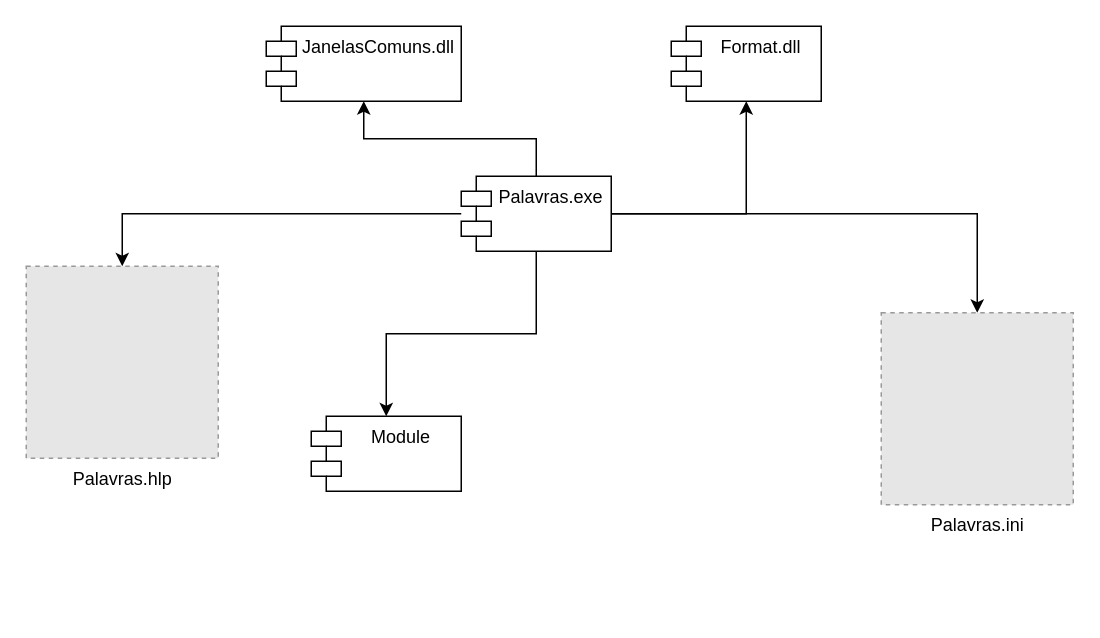
Above: Análise e Projetos Orientados a Objetos/Diagrama sem nome.drawio in Krittz/IFTM-ADS (draw.io), before the change. Source tidied: cells renumbered, new cells numbered last; positions are measured from the earlier drawing's top-left corner, leaving out a move shared by most shapes. Both pictures are drawn from the tidied source at 150%, with x=0, y=0 at pixel (26, 26). Pictures stored in the file or linked from it are replaced by grey dashed boxes.
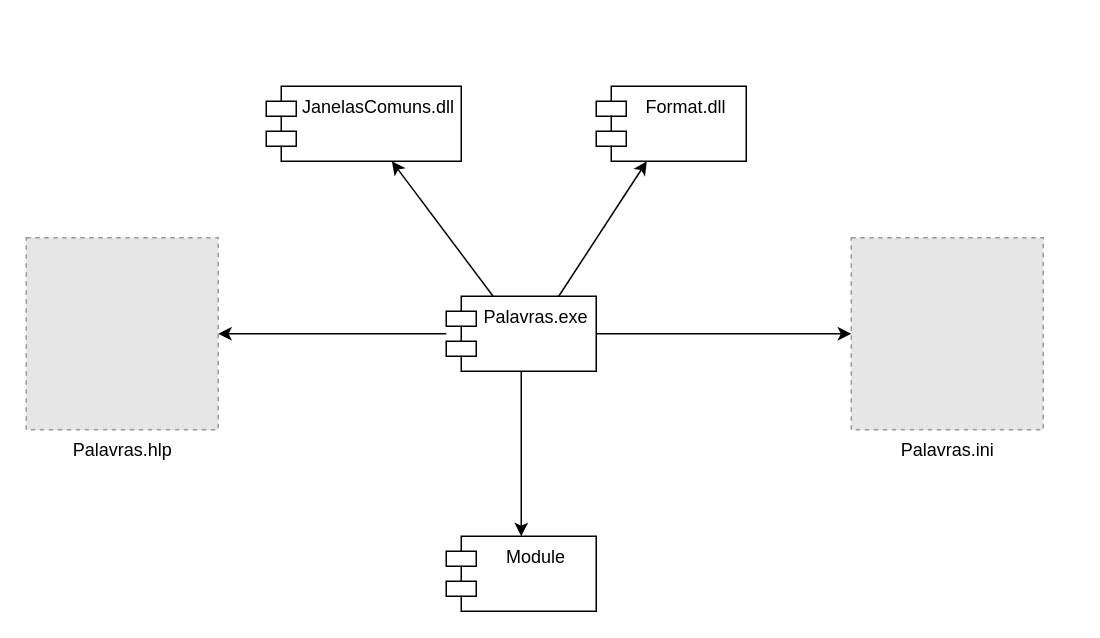
The same page after the edit.

The edit, as a diff of the source:
```diff
@@
 <mxGraphModel>
   <root>
     <mxCell id="0" />
     <mxCell id="1" parent="0" />
-    <mxCell id="2" style="edgeStyle=orthogonalEdgeStyle;rounded=0;jettySize=auto;html=1;" parent="1" edge="1" source="7" target="8">
-      <mxGeometry relative="1" as="geometry" />
-    </mxCell>
-    <mxCell id="3" style="edgeStyle=orthogonalEdgeStyle;rounded=0;jettySize=auto;html=1;" parent="1" edge="1" source="7" target="11">
-      <mxGeometry relative="1" as="geometry" />
-    </mxCell>
     <mxCell id="4" style="edgeStyle=orthogonalEdgeStyle;rounded=0;jettySize=auto;html=1;" parent="1" edge="1" source="7" target="12">
       <mxGeometry relative="1" as="geometry" />
     </mxCell>
     <mxCell id="5" style="edgeStyle=orthogonalEdgeStyle;rounded=0;jettySize=auto;html=1;" parent="1" edge="1" source="7" target="10">
       <mxGeometry relative="1" as="geometry" />
     </mxCell>
-    <mxCell id="6" style="edgeStyle=orthogonalEdgeStyle;rounded=0;jettySize=auto;html=1;" parent="1" edge="1" source="7" target="9">
-      <mxGeometry relative="1" as="geometry" />
-    </mxCell>
     <mxCell id="7" value="Palavras.exe&lt;br&gt;" style="shape=module;align=left;spacingLeft=20;align=center;verticalAlign=top;whiteSpace=wrap;html=1;" parent="1" vertex="1">
-      <mxGeometry x="290" y="100" width="100" height="50" as="geometry" />
+      <mxGeometry x="280" y="180" width="100" height="50" as="geometry" />
     </mxCell>
     <mxCell id="8" value="Format.dll&lt;br&gt;" style="shape=module;align=left;spacingLeft=20;align=center;verticalAlign=top;whiteSpace=wrap;html=1;" parent="1" vertex="1">
-      <mxGeometry x="430" width="100" height="50" as="geometry" />
+      <mxGeometry x="380" y="40" width="100" height="50" as="geometry" />
     </mxCell>
     <mxCell id="9" value="JanelasComuns.dll&lt;br&gt;" style="shape=module;align=left;spacingLeft=20;align=center;verticalAlign=top;whiteSpace=wrap;html=1;" parent="1" vertex="1">
-      <mxGeometry x="160" width="130" height="50" as="geometry" />
+      <mxGeometry x="160" y="40" width="130" height="50" as="geometry" />
     </mxCell>
     <mxCell id="10" value="Palavras.hlp&lt;br&gt;" style="fillColor=#E6E6E6;strokeColor=#999999;dashed=1;html=1;verticalAlign=top;verticalLabelPosition=bottom;labelBackgroundColor=#ffffff;" parent="1" vertex="1">
-      <mxGeometry y="160" width="128" height="128" as="geometry" />
+      <mxGeometry y="141" width="128" height="128" as="geometry" />
     </mxCell>
     <mxCell id="11" value="Palavras.ini&lt;br&gt;" style="fillColor=#E6E6E6;strokeColor=#999999;dashed=1;html=1;verticalAlign=top;verticalLabelPosition=bottom;labelBackgroundColor=#ffffff;" parent="1" vertex="1">
-      <mxGeometry x="570" y="191" width="128" height="128" as="geometry" />
+      <mxGeometry x="550" y="141" width="128" height="128" as="geometry" />
     </mxCell>
     <mxCell id="12" value="Module" style="shape=module;align=left;spacingLeft=20;align=center;verticalAlign=top;whiteSpace=wrap;html=1;" parent="1" vertex="1">
-      <mxGeometry x="190" y="260" width="100" height="50" as="geometry" />
+      <mxGeometry x="280" y="340" width="100" height="50" as="geometry" />
     </mxCell>
+    <mxCell id="6" style="endArrow=classic;html=1;rounded=0;" parent="1" edge="1" source="7" target="9">
+      <mxGeometry relative="1" as="geometry" />
+    </mxCell>
+    <mxCell id="2" style="endArrow=classic;html=1;rounded=0;exitX=0.75;exitY=0;exitDx=0;exitDy=0;" parent="1" edge="1" source="7" target="8">
+      <mxGeometry relative="1" as="geometry" />
+    </mxCell>
+    <mxCell id="3" style="endArrow=classic;html=1;rounded=0;exitX=1;exitY=0.5;exitDx=0;exitDy=0;" parent="1" edge="1" source="7" target="11">
+      <mxGeometry relative="1" as="geometry" />
+    </mxCell>
   </root>
 </mxGraphModel>
```
